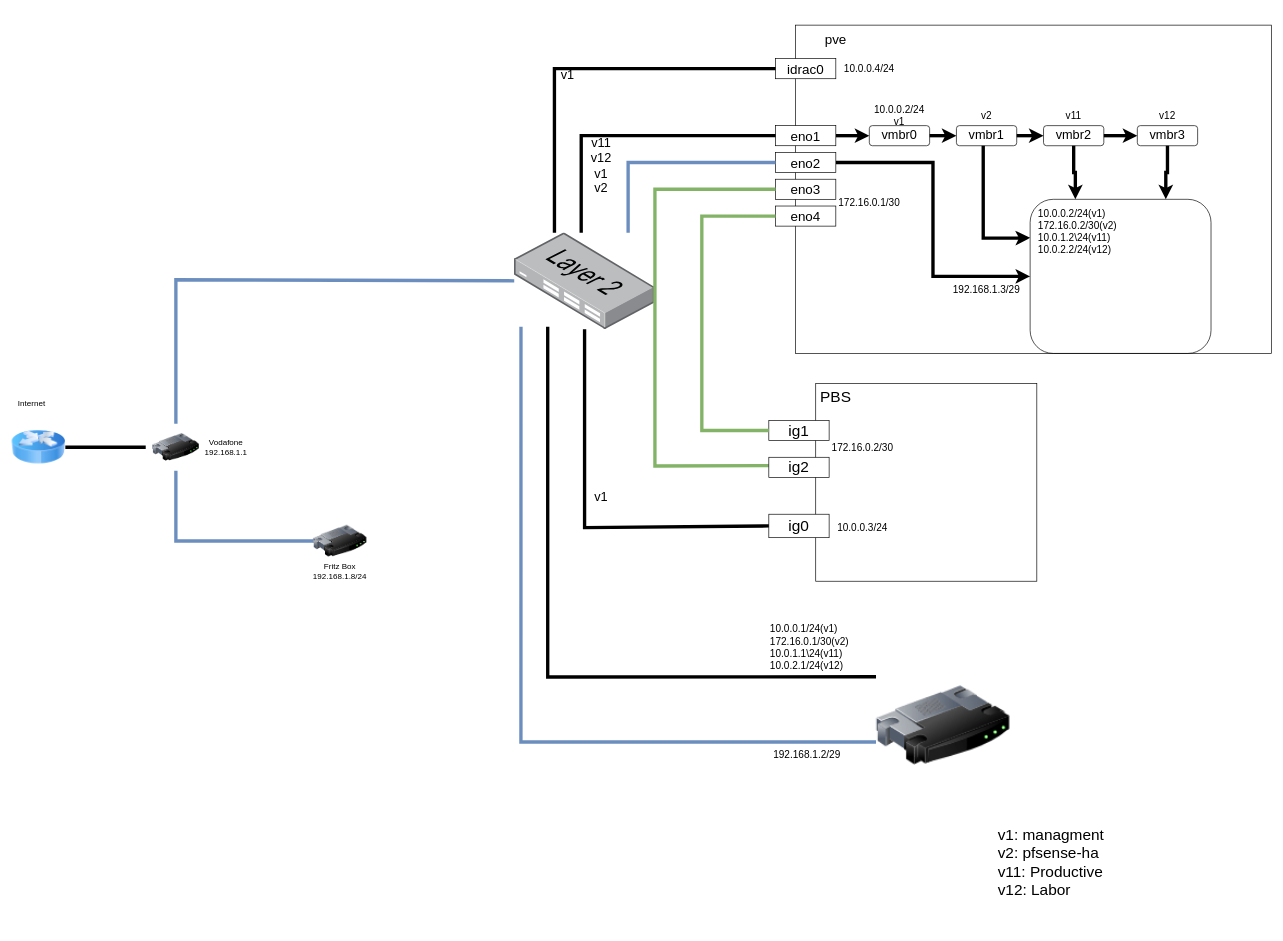
lucpfi/homelab keeps this draw.io diagram as Untitled Diagram.drawio. Above is the earlier version. Source tidied: cells renumbered, new cells numbered last; positions are measured from the earlier drawing's top-left corner, leaving out a move shared by most shapes. Both pictures are drawn from the tidied source at 67%, with x=0, y=0 at pixel (11, 11).
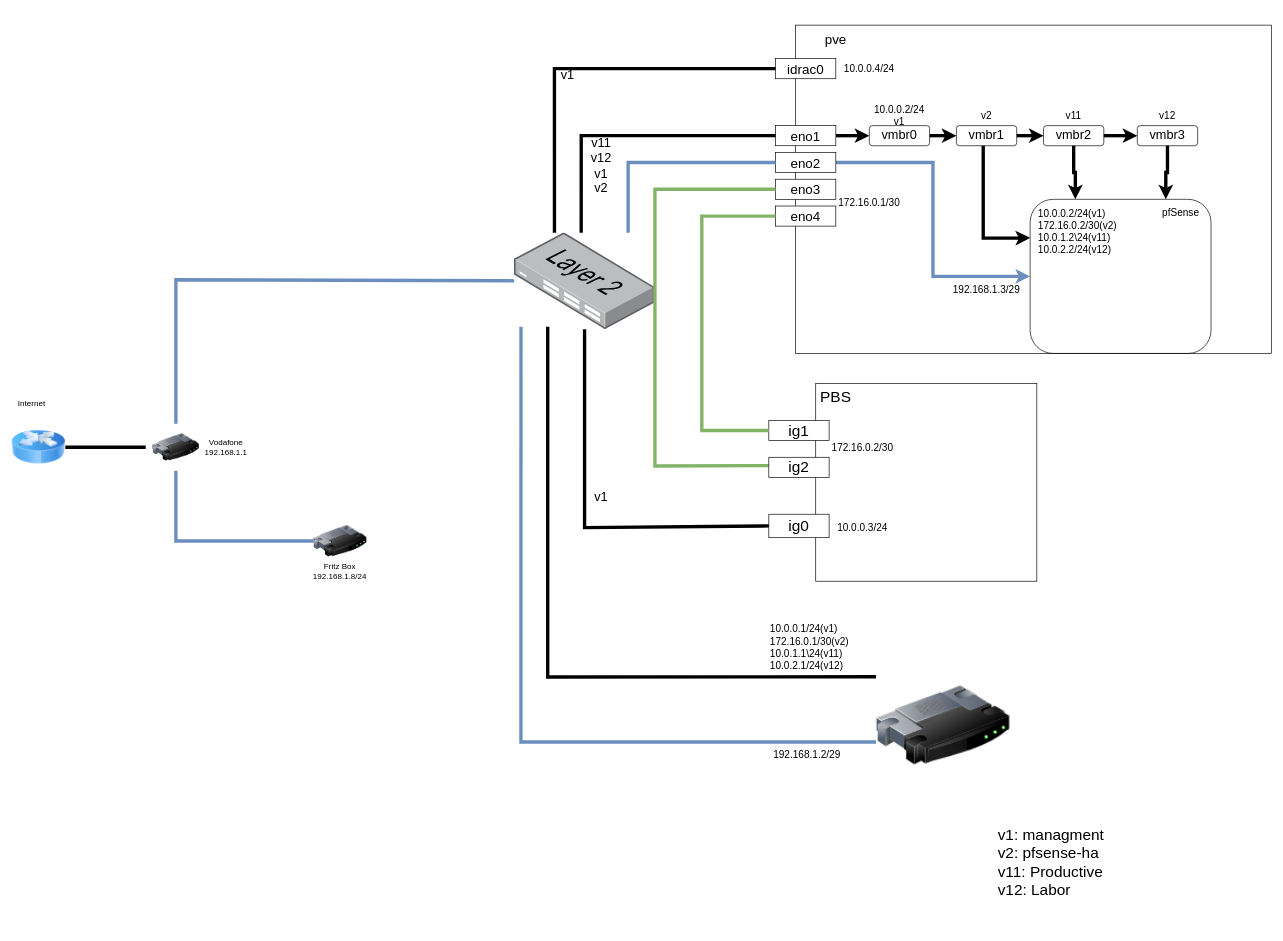
The same diagram, later.

The change refers to these unchanged cells:
```xml
<mxCell id="19" value="eno2" style="rounded=0;whiteSpace=wrap;html=1;fontSize=20;" parent="1" vertex="1">
  <mxGeometry x="1140" y="210" width="90" height="30" as="geometry" />
</mxCell>
<mxCell id="58" style="rounded=1;whiteSpace=wrap;html=1;fontFamily=Helvetica;fontSize=15;fontColor=default;fillColor=none;gradientColor=none;" parent="1" vertex="1">
  <mxGeometry x="1520" y="280" width="270" height="230" as="geometry" />
</mxCell>
```

Change to the diagram source:
```diff
@@
-    <mxCell id="18" style="edgeStyle=orthogonalEdgeStyle;rounded=0;jettySize=auto;html=1;entryX=0;entryY=0.5;entryDx=0;entryDy=0;fontFamily=Helvetica;fontSize=15;fontColor=default;strokeWidth=5;" parent="1" edge="1" source="19" target="58">
+    <mxCell id="18" style="edgeStyle=orthogonalEdgeStyle;rounded=0;jettySize=auto;html=1;entryX=0;entryY=0.5;entryDx=0;entryDy=0;fontFamily=Helvetica;fontSize=15;fontColor=default;strokeWidth=5;fillColor=#dae8fc;strokeColor=#6c8ebf;" parent="1" edge="1" source="19" target="58">
       <mxGeometry relative="1" as="geometry" />
     </mxCell>
@@
+    <mxCell id="62" value="pfSense" style="text;html=1;strokeColor=none;fillColor=none;align=center;verticalAlign=middle;whiteSpace=wrap;rounded=0;fontFamily=Helvetica;fontSize=15;fontColor=default;" parent="1" vertex="1">
+      <mxGeometry x="1700" y="280" width="90" height="40" as="geometry" />
+    </mxCell>
```
